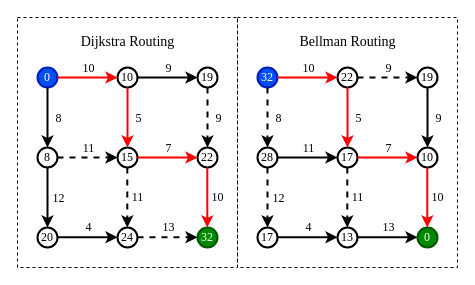
The draw.io diagram Document/figs/routing_diagram.drawio in airabino/charger_network_analysis, before the edit. Source tidied: cells renumbered, new cells numbered last; positions are measured from the earlier drawing's top-left corner, leaving out a move shared by most shapes. Both pictures are drawn from the tidied source at 100%, with x=0, y=0 at pixel (17, 17).
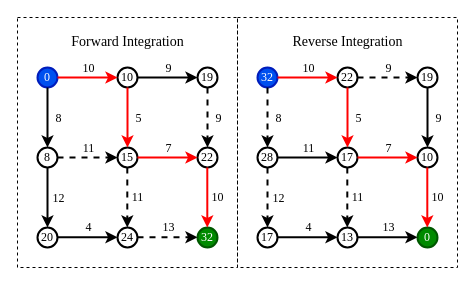
Above is the later version.

The edit, as a diff of the source:
```diff
@@
-    <mxCell id="70" value="Dijkstra Routing" style="text;html=1;align=center;verticalAlign=middle;strokeColor=none;fillColor=none;fontFamily=Times New Roman;fontSize=14;" parent="1" vertex="1">
-      <mxGeometry x="50" y="10" width="120" height="30" as="geometry" />
+    <mxCell id="70" value="Forward Integration" style="text;html=1;align=center;verticalAlign=middle;strokeColor=none;fillColor=none;fontFamily=Times New Roman;fontSize=14;" parent="1" vertex="1">
+      <mxGeometry x="40" y="10" width="140" height="30" as="geometry" />
     </mxCell>
-    <mxCell id="71" value="Bellman Routing" style="text;html=1;align=center;verticalAlign=middle;strokeColor=none;fillColor=none;fontFamily=Times New Roman;fontSize=14;" parent="1" vertex="1">
-      <mxGeometry x="270" y="10" width="120" height="30" as="geometry" />
+    <mxCell id="71" value="Reverse Integration" style="text;html=1;align=center;verticalAlign=middle;strokeColor=none;fillColor=none;fontFamily=Times New Roman;fontSize=14;" parent="1" vertex="1">
+      <mxGeometry x="265" y="10" width="130" height="30" as="geometry" />
     </mxCell>
```
